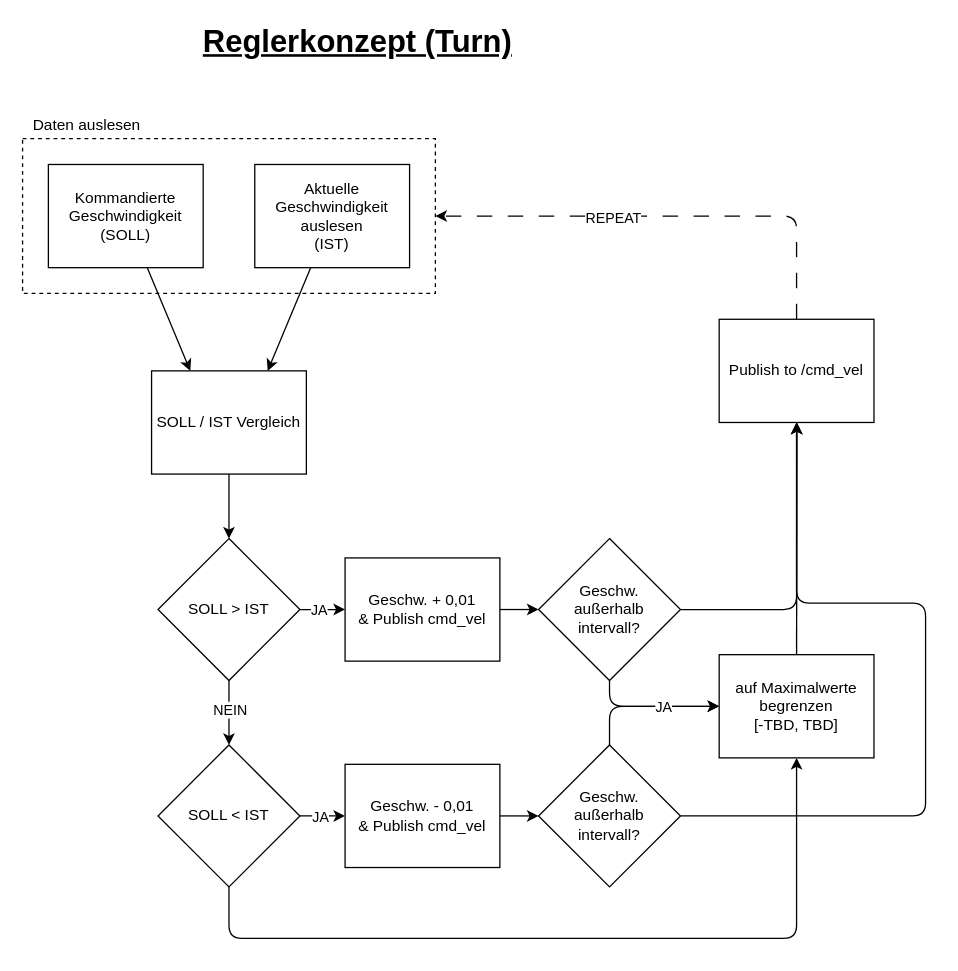
This is page "Turn" (2 of 3) of Doku/Regler/reglerkonzept.drawio from yaba-source/canalchecker, a draw.io file, before an edit. Source tidied: cells renumbered, new cells numbered last; positions are measured from the earlier drawing's top-left corner, leaving out a move shared by most shapes. Both pictures are drawn from the tidied source at 129%, with x=0, y=0 at pixel (22, 22).
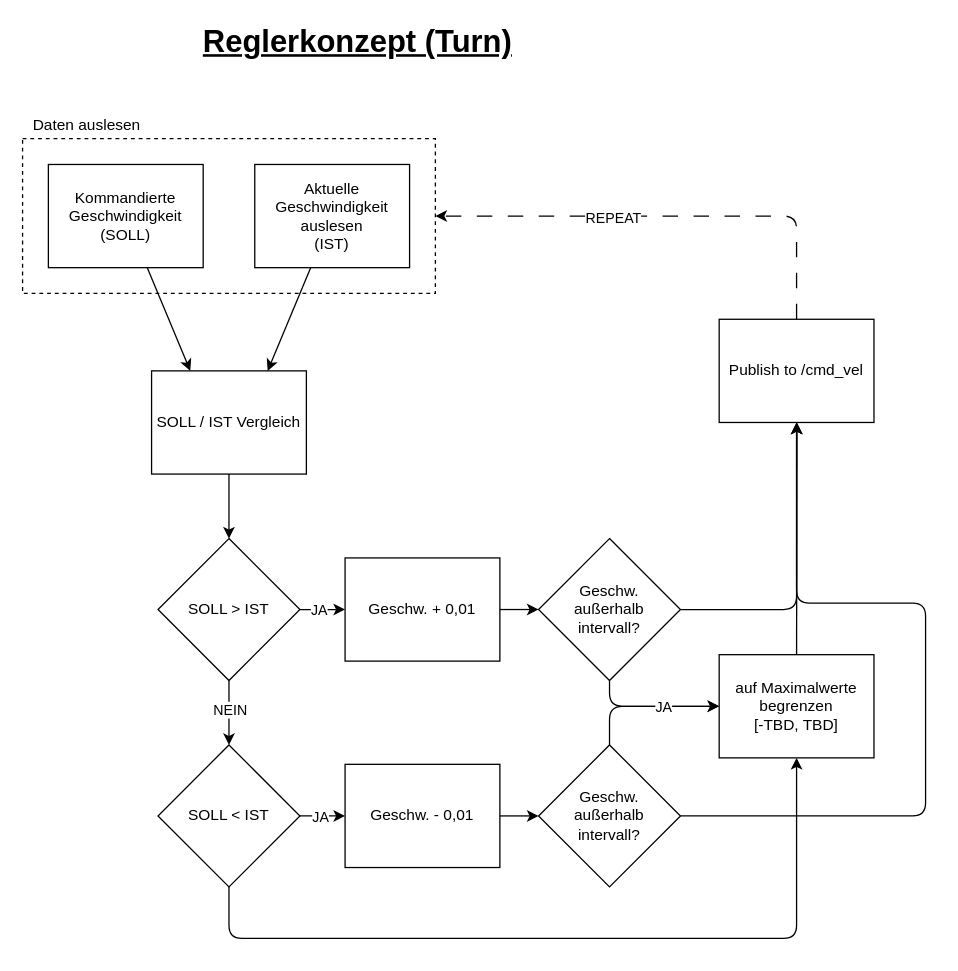
After the change.

What changed in the source:
```diff
@@
-    <mxCell id="21" value="Geschw. + 0,01&lt;div&gt;&amp;amp; Publish cmd_vel&lt;/div&gt;" style="rounded=0;whiteSpace=wrap;html=1;" parent="1" vertex="1">
+    <mxCell id="21" value="Geschw. + 0,01" style="rounded=0;whiteSpace=wrap;html=1;" parent="1" vertex="1">
       <mxGeometry x="250" y="415" width="120" height="80" as="geometry" />
     </mxCell>
@@
-    <mxCell id="23" value="Geschw. - 0,01&lt;div&gt;&amp;amp; Publish cmd_vel&lt;/div&gt;" style="rounded=0;whiteSpace=wrap;html=1;" parent="1" vertex="1">
+    <mxCell id="23" value="Geschw. - 0,01" style="rounded=0;whiteSpace=wrap;html=1;" parent="1" vertex="1">
       <mxGeometry x="250" y="575" width="120" height="80" as="geometry" />
     </mxCell>
```
